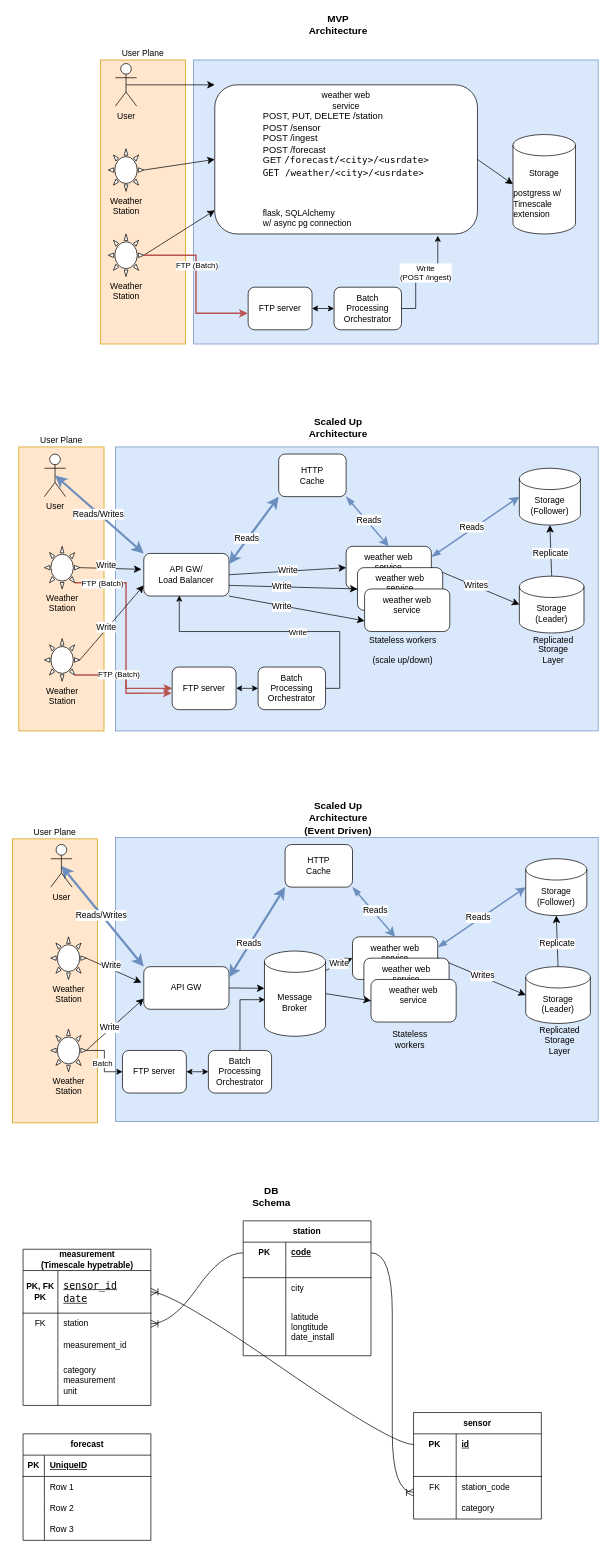
This is docs/architecture.drawio from zerogvt/weather-station, a draw.io file, before an edit. Source tidied: cells renumbered, new cells numbered last; positions are measured from the earlier drawing's top-left corner, leaving out a move shared by most shapes. Both pictures are drawn from the tidied source at 71%, with x=0, y=0 at pixel (12, 13).
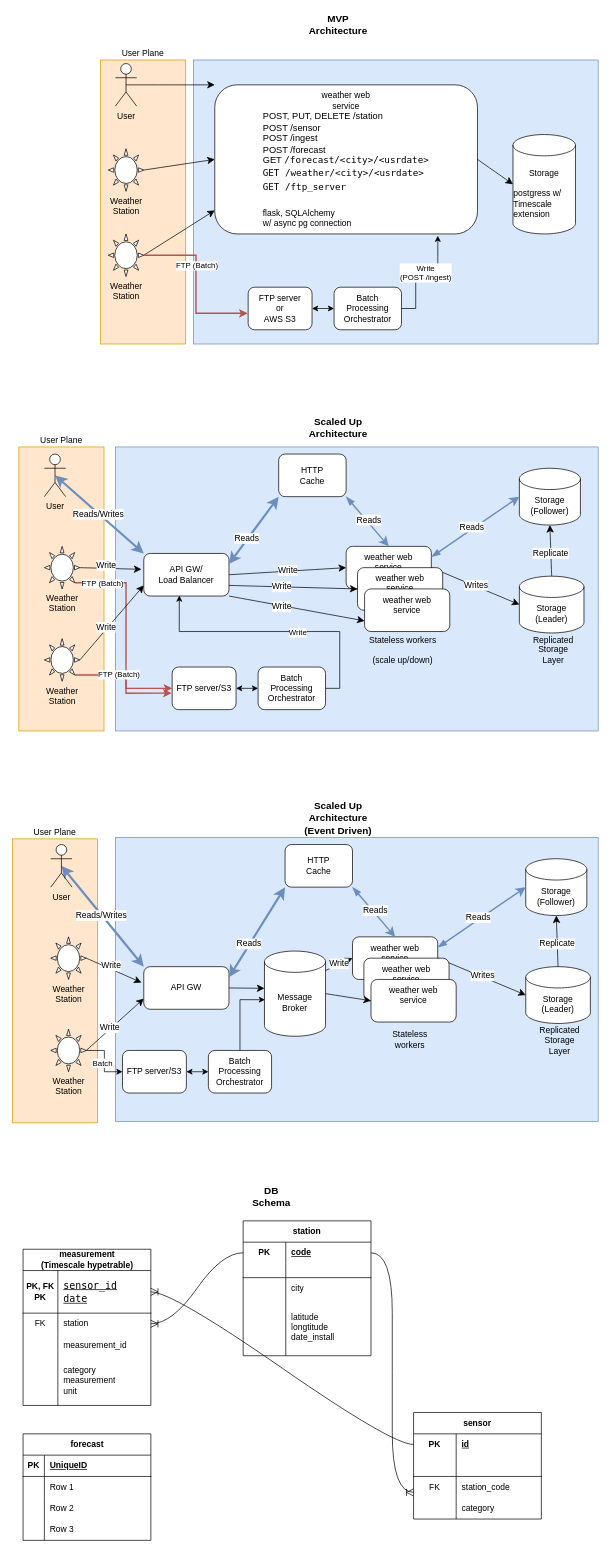
The same page after the edit.

Change to the diagram source:
```diff
@@
-    <mxCell id="9" value="&lt;font style=&quot;color: rgb(0, 0, 0);&quot;&gt;weather web&lt;/font&gt;&lt;div&gt;&lt;font style=&quot;color: rgb(0, 0, 0);&quot;&gt;service&lt;br&gt;&lt;/font&gt;&lt;div style=&quot;text-align: left;&quot;&gt;&lt;font style=&quot;font-size: 13px; color: rgb(0, 0, 0);&quot;&gt;POST, PUT, DELETE /station&lt;/font&gt;&lt;/div&gt;&lt;div style=&quot;text-align: left;&quot;&gt;&lt;font style=&quot;font-size: 13px; color: rgb(0, 0, 0);&quot;&gt;POST /sensor&lt;/font&gt;&lt;/div&gt;&lt;div style=&quot;text-align: left;&quot;&gt;&lt;font style=&quot;font-size: 13px; color: rgb(0, 0, 0);&quot;&gt;POST /ingest&lt;/font&gt;&lt;/div&gt;&lt;/div&gt;&lt;div style=&quot;text-align: left;&quot;&gt;&lt;span style=&quot;color: light-dark(rgb(0, 0, 0), rgb(237, 237, 237)); font-size: 13px; background-color: transparent;&quot;&gt;POST /forecast&lt;/span&gt;&lt;/div&gt;&lt;div style=&quot;text-align: left;&quot;&gt;&lt;font style=&quot;font-size: 13px;&quot;&gt;GET&amp;nbsp;&lt;span style=&quot;background-color: rgb(255, 255, 255); font-family: &amp;quot;Droid Sans Mono&amp;quot;, &amp;quot;monospace&amp;quot;, monospace; white-space: pre;&quot;&gt;/forecast/&amp;lt;city&amp;gt;/&amp;lt;usrdate&amp;gt;&lt;/span&gt;&lt;/font&gt;&lt;/div&gt;&lt;div&gt;&lt;span style=&quot;background-color: rgb(255, 255, 255); font-family: &amp;quot;Droid Sans Mono&amp;quot;, &amp;quot;monospace&amp;quot;, monospace; white-space: pre;&quot;&gt;&lt;div style=&quot;text-align: left; line-height: 19px;&quot;&gt;&lt;font style=&quot;font-size: 13px; color: rgb(0, 0, 0);&quot;&gt;GET /weather/&amp;lt;city&amp;gt;/&amp;lt;usrdate&amp;gt;&lt;/font&gt;&lt;/div&gt;&lt;div style=&quot;text-align: left; line-height: 19px;&quot;&gt;&lt;font style=&quot;font-size: 13px; color: rgb(0, 0, 0);&quot;&gt;&lt;br&gt;&lt;/font&gt;&lt;/div&gt;&lt;div style=&quot;color: rgb(0, 0, 0); text-align: left; line-height: 19px;&quot;&gt;&lt;span style=&quot;color: rgb(163, 21, 21);&quot;&gt;&lt;br&gt;&lt;/span&gt;&lt;/div&gt;&lt;/span&gt;&lt;/div&gt;&lt;div style=&quot;text-align: left;&quot;&gt;flask, SQLAlchemy&amp;nbsp;&lt;/div&gt;&lt;div style=&quot;text-align: left;&quot;&gt;w/ async pg connection&lt;/div&gt;" style="rounded=1;whiteSpace=wrap;html=1;" parent="1" vertex="1">
+    <mxCell id="9" value="&lt;font style=&quot;color: rgb(0, 0, 0);&quot;&gt;weather web&lt;/font&gt;&lt;div&gt;&lt;font style=&quot;color: rgb(0, 0, 0);&quot;&gt;service&lt;br&gt;&lt;/font&gt;&lt;div style=&quot;text-align: left;&quot;&gt;&lt;font style=&quot;font-size: 13px; color: rgb(0, 0, 0);&quot;&gt;POST, PUT, DELETE /station&lt;/font&gt;&lt;/div&gt;&lt;div style=&quot;text-align: left;&quot;&gt;&lt;font style=&quot;font-size: 13px; color: rgb(0, 0, 0);&quot;&gt;POST /sensor&lt;/font&gt;&lt;/div&gt;&lt;div style=&quot;text-align: left;&quot;&gt;&lt;font style=&quot;font-size: 13px; color: rgb(0, 0, 0);&quot;&gt;POST /ingest&lt;/font&gt;&lt;/div&gt;&lt;/div&gt;&lt;div style=&quot;text-align: left;&quot;&gt;&lt;span style=&quot;color: light-dark(rgb(0, 0, 0), rgb(237, 237, 237)); font-size: 13px; background-color: transparent;&quot;&gt;POST /forecast&lt;/span&gt;&lt;/div&gt;&lt;div style=&quot;text-align: left;&quot;&gt;&lt;font style=&quot;font-size: 13px;&quot;&gt;GET&amp;nbsp;&lt;span style=&quot;background-color: rgb(255, 255, 255); font-family: &amp;quot;Droid Sans Mono&amp;quot;, &amp;quot;monospace&amp;quot;, monospace; white-space: pre;&quot;&gt;/forecast/&amp;lt;city&amp;gt;/&amp;lt;usrdate&amp;gt;&lt;/span&gt;&lt;/font&gt;&lt;/div&gt;&lt;div&gt;&lt;span style=&quot;background-color: rgb(255, 255, 255); font-family: &amp;quot;Droid Sans Mono&amp;quot;, &amp;quot;monospace&amp;quot;, monospace; white-space: pre;&quot;&gt;&lt;div style=&quot;text-align: left; line-height: 19px;&quot;&gt;&lt;font style=&quot;font-size: 13px; color: rgb(0, 0, 0);&quot;&gt;GET /weather/&amp;lt;city&amp;gt;/&amp;lt;usrdate&amp;gt;&lt;/font&gt;&lt;/div&gt;&lt;div style=&quot;text-align: left; line-height: 19px;&quot;&gt;&lt;font style=&quot;font-size: 13px; color: rgb(0, 0, 0);&quot;&gt;GET /ftp_server&lt;/font&gt;&lt;/div&gt;&lt;div style=&quot;text-align: left; line-height: 19px;&quot;&gt;&lt;br&gt;&lt;/div&gt;&lt;/span&gt;&lt;/div&gt;&lt;div style=&quot;text-align: left;&quot;&gt;flask, SQLAlchemy&amp;nbsp;&lt;/div&gt;&lt;div style=&quot;text-align: left;&quot;&gt;w/ async pg connection&lt;/div&gt;" style="rounded=1;whiteSpace=wrap;html=1;" parent="1" vertex="1">
       <mxGeometry x="285" y="100" width="370" height="210" as="geometry" />
     </mxCell>
@@
-    <mxCell id="146" value="FTP server" style="rounded=1;whiteSpace=wrap;html=1;" parent="1" vertex="1">
+    <mxCell id="146" value="FTP server/S3" style="rounded=1;whiteSpace=wrap;html=1;" parent="1" vertex="1">
       <mxGeometry x="225" y="920" width="90" height="60" as="geometry" />
     </mxCell>
@@
-    <mxCell id="152" value="FTP server" style="rounded=1;whiteSpace=wrap;html=1;" parent="1" vertex="1">
+    <mxCell id="152" value="FTP server/S3" style="rounded=1;whiteSpace=wrap;html=1;" parent="1" vertex="1">
       <mxGeometry x="155" y="1460" width="90" height="60" as="geometry" />
     </mxCell>
@@
-    <mxCell id="159" value="FTP server" style="rounded=1;whiteSpace=wrap;html=1;" parent="1" vertex="1">
+    <mxCell id="159" value="FTP server&lt;div&gt;or&lt;/div&gt;&lt;div&gt;AWS S3&lt;/div&gt;" style="rounded=1;whiteSpace=wrap;html=1;" parent="1" vertex="1">
       <mxGeometry x="332" y="385" width="90" height="60" as="geometry" />
     </mxCell>
```
